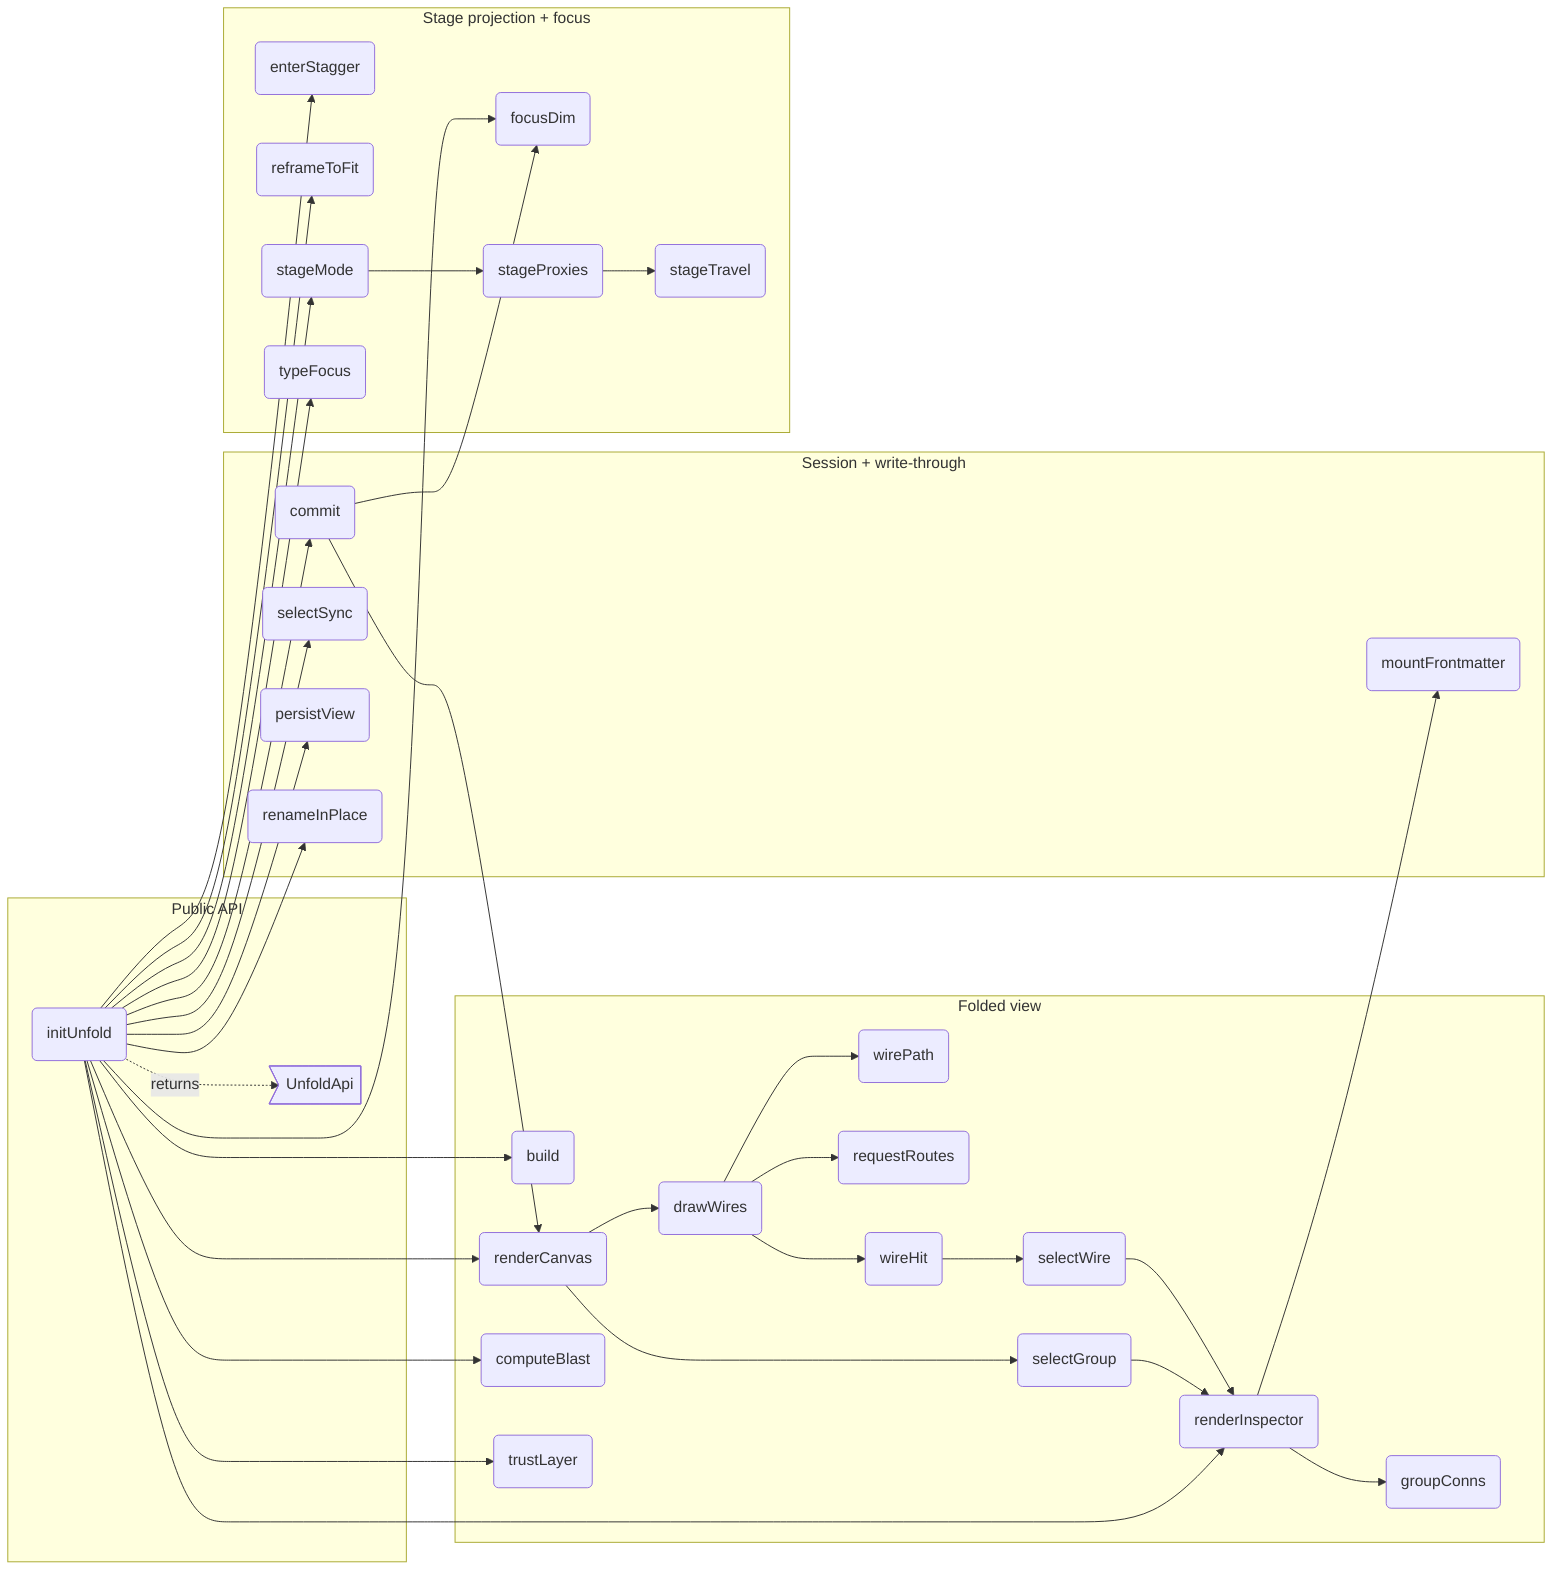
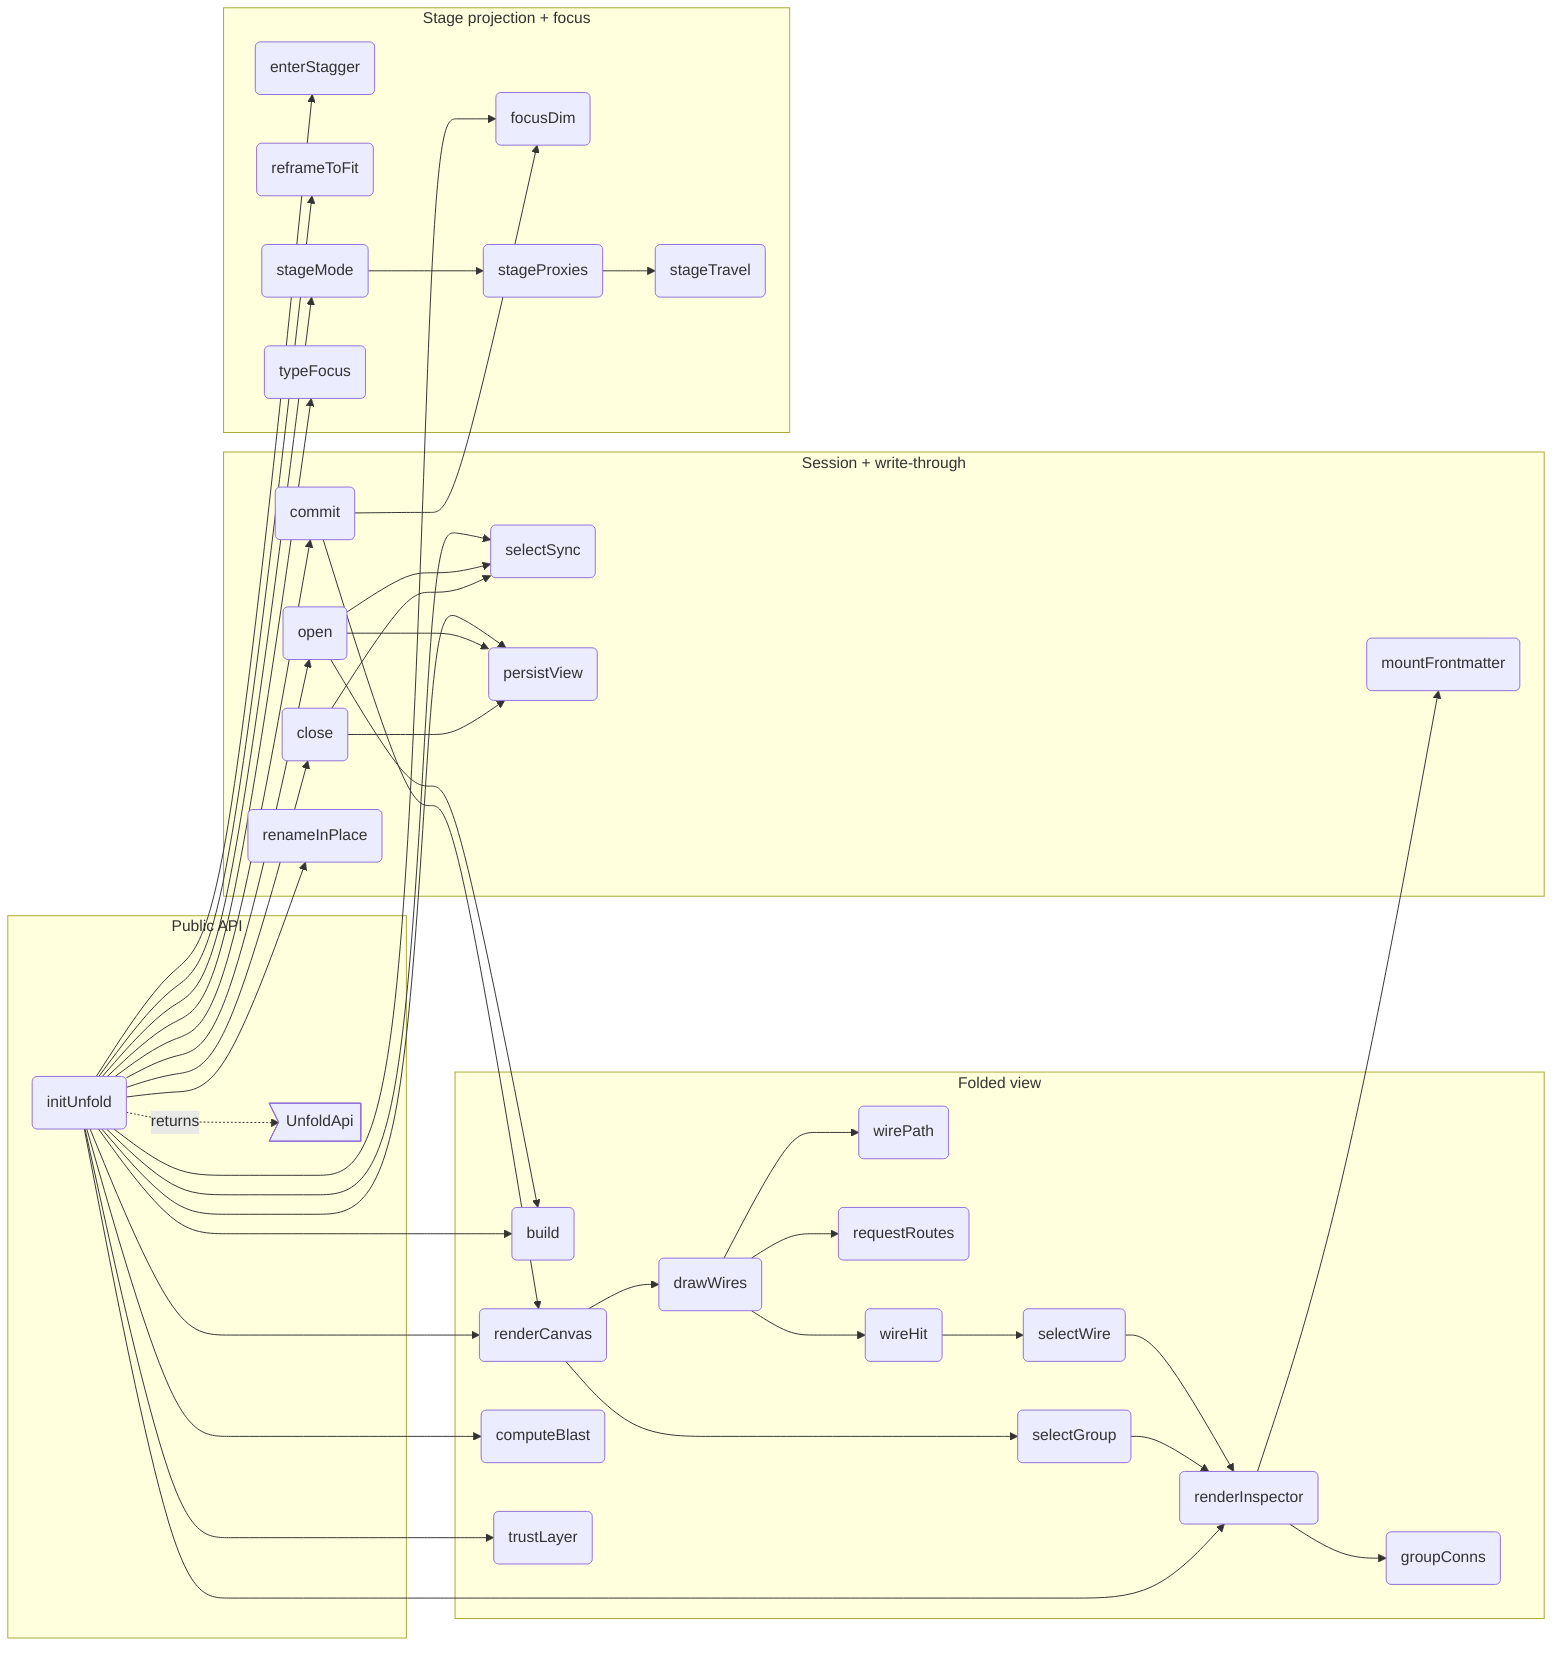
flowchart LR
%% root unfold

%% src UnfoldApi src/panel/unfold.ts#UnfoldApi
%% kind UnfoldApi type
%% fm:meta UnfoldApi name=UnfoldApi
%% fm:meta UnfoldApi desc=public surface: open, close, toggle

%% src initUnfold src/panel/unfold.ts#initUnfold
%% kind initUnfold function
%% fm:meta initUnfold name=initUnfold
%% fm:meta initUnfold desc=build the reading-mode overlay (own DOM + own CSS, the planner isolation pattern) bound to ctx; reads ctx.state + ctx.bodies, writes only through the shared hooks path
%% fm:meta initUnfold i0.name=initUnfold
%% fm:meta initUnfold i0.accepts=ctx: AppContext
%% fm:meta initUnfold i0.accepts=deps: { selection: SelectionApi; camera: CameraApi }
%% fm:meta initUnfold i0.returns=UnfoldApi

%% src ufBuild src/panel/unfold.ts#build
%% kind ufBuild function
%% fm:meta ufBuild name=build
%% fm:meta ufBuild desc=derive the folded units from ctx.state on every open: live parent wins, else the flowmap mod__rest drill convention; de-dup edges, fan-in
%% fm:meta ufBuild i0.name=build
%% fm:meta ufBuild i0.returns=void

%% src ufRenderCanvas src/panel/unfold.ts#renderCanvas
%% kind ufRenderCanvas function
%% fm:meta ufRenderCanvas name=renderCanvas
%% fm:meta ufRenderCanvas desc=render the containment roots as nested flex cards/groups; only expanded containers show their children
%% fm:meta ufRenderCanvas i0.name=renderCanvas
%% fm:meta ufRenderCanvas i0.returns=void

%% src ufDrawWires src/panel/unfold.ts#drawWires
%% kind ufDrawWires function
%% fm:meta ufDrawWires name=drawWires
%% fm:meta ufDrawWires desc=orthogonal wires aggregated to the visible representatives, gated by the calls/deps layers, painted above the group surfaces
%% fm:meta ufDrawWires i0.name=drawWires
%% fm:meta ufDrawWires i0.returns=void

%% src ufComputeBlast src/panel/unfold.ts#computeBlast
%% kind ufComputeBlast function
%% fm:meta ufComputeBlast name=computeBlast
%% fm:meta ufComputeBlast desc=reverse-BFS the transitive dependents of the selection and map them to visible cards with min hop distance
%% fm:meta ufComputeBlast i0.name=computeBlast
%% fm:meta ufComputeBlast i0.returns=void

%% src ufRenderInspector src/panel/unfold.ts#renderInspector
%% kind ufRenderInspector function
%% fm:meta ufRenderInspector name=renderInspector
%% fm:meta ufRenderInspector desc=empty until selection; then kind, crumbs, desc, interfaces, blast count, connections, and the real source body from ctx.bodies
%% fm:meta ufRenderInspector i0.name=renderInspector
%% fm:meta ufRenderInspector i0.returns=void

%% src ufEnterStagger src/panel/unfold.ts#enterStagger
%% kind ufEnterStagger function
%% fm:meta ufEnterStagger name=enterStagger
%% fm:meta ufEnterStagger desc=staggered fade-up entrance for newly-revealed cards (~55ms stagger, ~650ms expo ease); wires draw themselves in only after their cards land
%% fm:meta ufEnterStagger i0.name=enterStagger
%% fm:meta ufEnterStagger i0.returns=void

%% src ufFocusDim src/panel/unfold.ts#focusDim
%% kind ufFocusDim function
%% fm:meta ufFocusDim name=focusDim
%% fm:meta ufFocusDim desc=focus illumination without rebuild: selection glows, 1-hop neighbours stay lit, its wires carry the flow animation, everything else dims
%% fm:meta ufFocusDim i0.name=focusDim
%% fm:meta ufFocusDim i0.returns=void

%% src ufReframe src/panel/unfold.ts#reframeToFit
%% kind ufReframe function
%% fm:meta ufReframe name=reframeToFit
%% fm:meta ufReframe desc=after every structural change the world transform-scales so all visible content fits, animated ~900ms expo ease — the canvas breathes instead of demanding travel
%% fm:meta ufReframe i0.name=reframeToFit
%% fm:meta ufReframe i0.returns=void

%% src ufStageMode src/panel/unfold.ts#stageMode
%% kind ufStageMode function
%% fm:meta ufStageMode name=stageMode
%% fm:meta ufStageMode desc=second projection of the same graph: the focused group renders center-stage at readable size while the explore world blurs and fades behind; exit restores explore state exactly
%% fm:meta ufStageMode i0.name=stageMode
%% fm:meta ufStageMode i0.accepts=gid: string | null
%% fm:meta ufStageMode i0.returns=void

%% src ufProxies src/panel/unfold.ts#stageProxies
%% kind ufProxies function
%% fm:meta ufProxies name=stageProxies
%% fm:meta ufProxies desc=external edges aggregate per target container into pill proxies on a ring; each pill's angle is the TRUE angle between group centroids in ctx.state positions
%% fm:meta ufProxies i0.name=stageProxies
%% fm:meta ufProxies i0.returns=void

%% src ufTravel src/panel/unfold.ts#stageTravel
%% kind ufTravel function
%% fm:meta ufTravel name=stageTravel
%% fm:meta ufTravel desc=peek then travel: the target group slides onto stage FROM its direction; the origin becomes a reciprocal-direction proxy automatically since both derive from the same centroids
%% fm:meta ufTravel i0.name=stageTravel
%% fm:meta ufTravel i0.accepts=target: string
%% fm:meta ufTravel i0.accepts=fromAngle: number
%% fm:meta ufTravel i0.returns=void

%% src ufTypeFocus src/panel/unfold.ts#typeFocus
%% kind ufTypeFocus function
%% fm:meta ufTypeFocus name=typeFocus
%% fm:meta ufTypeFocus desc=click a type in a frontmatter card and every module whose interface carries that type lights across the surface; the inspector lists the carriers, derived from ctx.state
%% fm:meta ufTypeFocus i0.name=typeFocus
%% fm:meta ufTypeFocus i0.accepts=t: string | null
%% fm:meta ufTypeFocus i0.returns=void

%% src ufCommit src/panel/unfold.ts#commit
%% kind ufCommit function
%% fm:meta ufCommit name=commit
%% fm:meta ufCommit desc=the ONLY view-mutation entry (M3): apply the pure reduceView to the spec, install the result frozen, then paint the per-action render subset — no handler touches view state or the DOM directly
%% fm:meta ufCommit i0.name=commit
%% fm:meta ufCommit i0.accepts=a: ViewAction
%% fm:meta ufCommit i0.returns=void

%% src ufSelectSync src/panel/unfold.ts#selectSync
%% kind ufSelectSync function
%% fm:meta ufSelectSync name=selectSync
%% fm:meta ufSelectSync desc=selection survives the mode boundary: seed SEL from the editor selection on open; hand the reading selection back (selectOnly + zoomToNode via deps) on close — no new state, one shared selection
%% fm:meta ufSelectSync i0.name=selectSync
%% fm:meta ufSelectSync i0.accepts=dir: 'open' | 'close'
%% fm:meta ufSelectSync i0.returns=void

%% src ufPersistView src/panel/unfold.ts#persistView
%% kind ufPersistView function
%% fm:meta ufPersistView name=persistView
%% fm:meta ufPersistView desc=the reading session persists per diagram (sorted containment roots as identity) as the full v1 ViewSpec; load goes through normalizeViewSpec and applies the durable trio (expanded/hidden/layers) — a pre-M3 stored entry is a valid subset, migration is branch-free
%% fm:meta ufPersistView i0.name=persistView
%% fm:meta ufPersistView i0.accepts=dir: 'save' | 'load'
%% fm:meta ufPersistView i0.returns=void
+ 
+ %% src ufOpen src/panel/unfold.ts#open
+ %% kind ufOpen function
+ %% fm:meta ufOpen name=open
+ %% fm:meta ufOpen desc=enter the reading surface: rebuild units from ctx.state, restore the per-diagram ViewSpec, sync selection in, show the overlay — and record the surface choice ('read' under SURFACE_KEY, M4) so boot is sticky
+ %% fm:meta ufOpen i0.name=open
+ %% fm:meta ufOpen i0.returns=void
+ 
+ %% src ufClose src/panel/unfold.ts#close
+ %% kind ufClose function
+ %% fm:meta ufClose name=close
+ %% fm:meta ufClose desc=leave the reading surface for the editor: save the ViewSpec, hand the selection back, hide the overlay — and record the surface choice ('edit' under SURFACE_KEY, M4); called by the dock ✕ and the outermost Escape
+ %% fm:meta ufClose i0.name=close
+ %% fm:meta ufClose i0.returns=void

%% src ufTrustLayer src/panel/unfold.ts#trustLayer
%% kind ufTrustLayer function
%% fm:meta ufTrustLayer name=trustLayer
%% fm:meta ufTrustLayer desc=trust layer with an OPTIONAL advisory source: same-origin edge-advisory-allowlist.txt when present, a Load button otherwise; absent source = layer disabled, never wrong — advisory edges dash amber, advisory descs are marked
%% fm:meta ufTrustLayer i0.name=trustLayer
%% fm:meta ufTrustLayer i0.returns=void

%% src ufWirePath src/panel/unfold.ts#wirePath
%% kind ufWirePath function
%% fm:meta ufWirePath name=wirePath
%% fm:meta ufWirePath desc=one wire geometry, not two: reading-mode wires from the app's real port-side geometry (core/state portPos + bestSides) and the render/wires elbow path — replaces the local orthoPath
%% fm:meta ufWirePath i0.name=wirePath
%% fm:meta ufWirePath i0.accepts=a: Box
%% fm:meta ufWirePath i0.accepts=b: Box
%% fm:meta ufWirePath i0.returns=string

%% src ufRequestRoutes src/panel/unfold.ts#requestRoutes
%% kind ufRequestRoutes function
%% fm:meta ufRequestRoutes name=requestRoutes
%% fm:meta ufRequestRoutes desc=obstacle-avoided wire routes for reading mode via the shared libavoid worker (render/avoidRouter routeGraph): elbows paint first, routed polylines upgrade them when the reply lands; a layout signature drops stale replies
%% fm:meta ufRequestRoutes i0.name=requestRoutes
%% fm:meta ufRequestRoutes i0.accepts=pos: Record<string, Box>
%% fm:meta ufRequestRoutes i0.accepts=pairs: { a: string; b: string }[]
%% fm:meta ufRequestRoutes i0.returns=void

%% src ufSelectWire src/panel/unfold.ts#selectWire
%% kind ufSelectWire function
%% fm:meta ufSelectWire name=selectWire
%% fm:meta ufSelectWire desc=a wire is a first-class selectable (legacy-editor parity): select an aggregated wire by its rendered rep pair, clearing node/type focus; re-click deselects; the inspector shows endpoints, kind, weight and every underlying model relation
%% fm:meta ufSelectWire i0.name=selectWire
%% fm:meta ufSelectWire i0.accepts=a: string
%% fm:meta ufSelectWire i0.accepts=b: string
%% fm:meta ufSelectWire i0.returns=void

%% src ufWireHit src/panel/unfold.ts#wireHit
%% kind ufWireHit function
%% fm:meta ufWireHit name=wireHit
%% fm:meta ufWireHit desc=append an invisible wide hit path over a drawn wire in either projection: click selects the wire, hover pre-lights it — excluded from stage panning so pointer capture never eats the click
%% fm:meta ufWireHit i0.name=wireHit
%% fm:meta ufWireHit i0.accepts=vis: SVGPathElement
%% fm:meta ufWireHit i0.accepts=d: string
%% fm:meta ufWireHit i0.accepts=a: string
%% fm:meta ufWireHit i0.accepts=b: string
%% fm:meta ufWireHit i0.accepts=host: SVGSVGElement
%% fm:meta ufWireHit i0.returns=void

%% src ufSelectGroup src/panel/unfold.ts#selectGroup
%% kind ufSelectGroup function
%% fm:meta ufSelectGroup name=selectGroup
%% fm:meta ufSelectGroup desc=a group is a first-class selectable (U6): select + inspect, never stage (U8 deferred) — clears wire/type focus, relights, re-renders tree + inspector in either projection
%% fm:meta ufSelectGroup i0.name=selectGroup
%% fm:meta ufSelectGroup i0.accepts=id: string
%% fm:meta ufSelectGroup i0.returns=void

%% src ufGroupConns src/panel/unfold.ts#groupConns
%% kind ufGroupConns function
%% fm:meta ufGroupConns name=groupConns
%% fm:meta ufGroupConns desc=external connections of a container: every edge with exactly one endpoint inside the subtree, aggregated to the coarsest foreign container and weight-summed — the same aggregation grammar as the stage pills
%% fm:meta ufGroupConns i0.name=groupConns
%% fm:meta ufGroupConns i0.accepts=id: string
%% fm:meta ufGroupConns i0.returns={ uses: [string, number][]; usedBy: [string, number][] }

%% src ufRenameInPlace src/panel/unfold.ts#renameInPlace
%% kind ufRenameInPlace function
%% fm:meta ufRenameInPlace name=renameInPlace
%% fm:meta ufRenameInPlace desc=inline rename on the selected card (Enter / double-click on selected), writing through the existing model path — mutate ctx.state then hooks render + sync + pushHistory + persist, never a private write path
%% fm:meta ufRenameInPlace i0.name=renameInPlace
%% fm:meta ufRenameInPlace i0.accepts=id: string
%% fm:meta ufRenameInPlace i0.returns=void

%% src ufMountFrontmatter src/panel/unfold.ts#mountFrontmatter
%% kind ufMountFrontmatter function
%% fm:meta ufMountFrontmatter name=mountFrontmatter
%% fm:meta ufMountFrontmatter desc=mount the app's frontmatter editor (panel/inspector-frontmatter) for the selected node inside the reading inspector — the same hooks write path as renameInPlace; commits re-derive the folded view
%% fm:meta ufMountFrontmatter i0.name=mountFrontmatter
%% fm:meta ufMountFrontmatter i0.accepts=host: HTMLElement
%% fm:meta ufMountFrontmatter i0.accepts=id: string
%% fm:meta ufMountFrontmatter i0.returns=void

%% parent uf_api unfold
%% parent uf_view unfold
%% parent uf_stage unfold
%% parent uf_session unfold

  subgraph uf_api ["Public API"]
    initUnfold("initUnfold")
    UnfoldApi>"UnfoldApi"]
  end
  subgraph uf_view ["Folded view"]
    ufBuild("build")
    ufRenderCanvas("renderCanvas")
    ufDrawWires("drawWires")
    ufWirePath("wirePath")
    ufRequestRoutes("requestRoutes")
    ufWireHit("wireHit")
    ufSelectWire("selectWire")
    ufSelectGroup("selectGroup")
    ufGroupConns("groupConns")
    ufComputeBlast("computeBlast")
    ufRenderInspector("renderInspector")
    ufTrustLayer("trustLayer")
  end
  subgraph uf_session ["Session + write-through"]
    ufCommit("commit")
+     ufOpen("open")
+     ufClose("close")
    ufSelectSync("selectSync")
    ufPersistView("persistView")
    ufRenameInPlace("renameInPlace")
    ufMountFrontmatter("mountFrontmatter")
  end
  subgraph uf_stage ["Stage projection + focus"]
    ufEnterStagger("enterStagger")
    ufFocusDim("focusDim")
    ufReframe("reframeToFit")
    ufStageMode("stageMode")
    ufProxies("stageProxies")
    ufTravel("stageTravel")
    ufTypeFocus("typeFocus")
  end

  initUnfold -.->|returns| UnfoldApi
  initUnfold --> ufBuild
  initUnfold --> ufRenderCanvas
  ufRenderCanvas --> ufDrawWires
  ufDrawWires --> ufWirePath
  ufDrawWires --> ufRequestRoutes
  ufDrawWires --> ufWireHit
  ufWireHit --> ufSelectWire
  ufSelectWire --> ufRenderInspector
  ufRenderCanvas --> ufSelectGroup
  ufSelectGroup --> ufRenderInspector
  ufRenderInspector --> ufGroupConns
  initUnfold --> ufComputeBlast
  initUnfold --> ufRenderInspector
  initUnfold --> ufTrustLayer
  initUnfold --> ufCommit
  ufCommit --> ufRenderCanvas
  ufCommit --> ufFocusDim
  initUnfold --> ufSelectSync
  initUnfold --> ufPersistView
+   initUnfold --> ufOpen
+   initUnfold --> ufClose
+   ufOpen --> ufBuild
+   ufOpen --> ufPersistView
+   ufOpen --> ufSelectSync
+   ufClose --> ufPersistView
+   ufClose --> ufSelectSync
  initUnfold --> ufRenameInPlace
  ufRenderInspector --> ufMountFrontmatter
  initUnfold --> ufEnterStagger
  initUnfold --> ufFocusDim
  initUnfold --> ufReframe
  initUnfold --> ufTypeFocus
  initUnfold --> ufStageMode
  ufStageMode --> ufProxies
  ufProxies --> ufTravel
